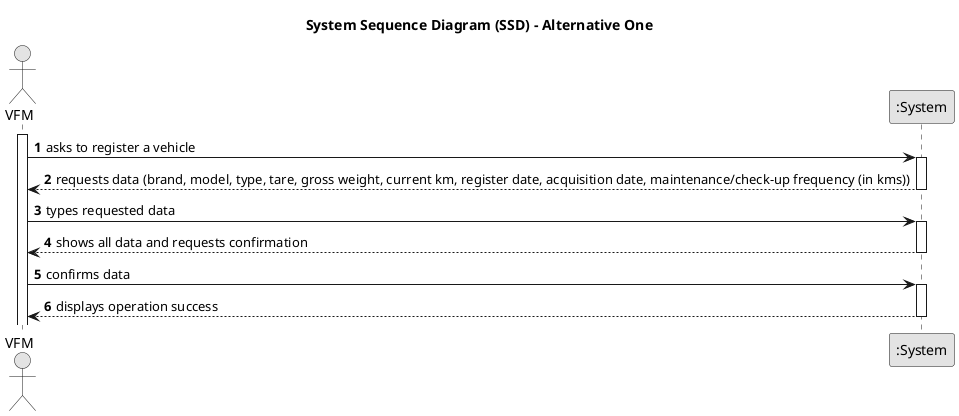
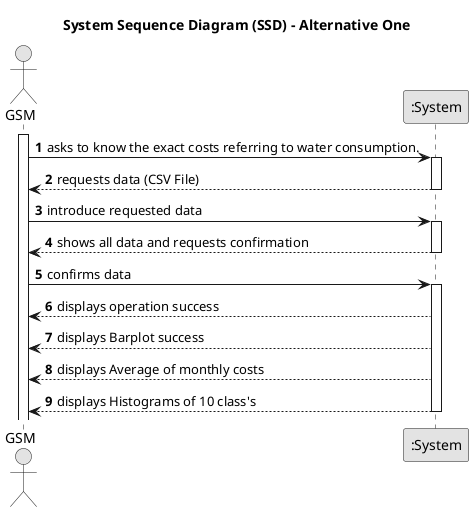
@startuml
skinparam monochrome true
skinparam packageStyle rectangle
skinparam shadowing false

title System Sequence Diagram (SSD) - Alternative One

autonumber

- actor "VFM" as VFM
+ actor "GSM" as GSM
participant ":System" as System

- activate VFM
+ activate GSM

-     VFM -> System : asks to register a vehicle
+         GSM -> System : asks to know the exact costs referring to water consumption.
    activate System

-         System --> VFM : requests data (brand, model, type, tare, gross weight, current km, register date, acquisition date, maintenance/check-up frequency (in kms))
+      System --> GSM : requests data (CSV File)
    deactivate System

-     VFM -> System : types requested data
+         GSM -> System : introduce requested data
    activate System

-         System --> VFM : shows all data and requests confirmation
+      System --> GSM : shows all data and requests confirmation
    deactivate System

-     VFM -> System : confirms data
+         GSM -> System : confirms data
    activate System

-         System --> VFM : displays operation success
+      System --> GSM : displays operation success
+      System --> GSM : displays Barplot success
+      System --> GSM : displays Average of monthly costs
+      System --> GSM : displays Histograms of 10 class's
    deactivate System

@enduml